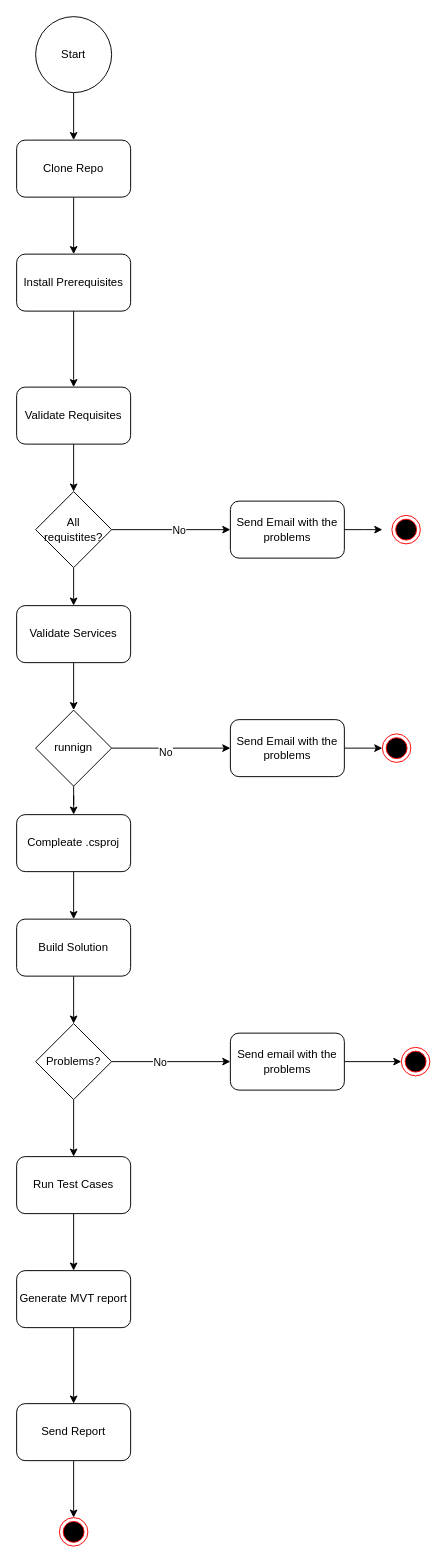
Daniel-V-aspen/ufttask keeps this draw.io diagram as page "Diagram" (2 of 2) of Plan.drawio. Above is the earlier version. Source tidied: cells renumbered, new cells numbered last; positions are measured from the earlier drawing's top-left corner, leaving out a move shared by most shapes. Both pictures are drawn from the tidied source at 95%, with x=0, y=0 at pixel (16, 16).
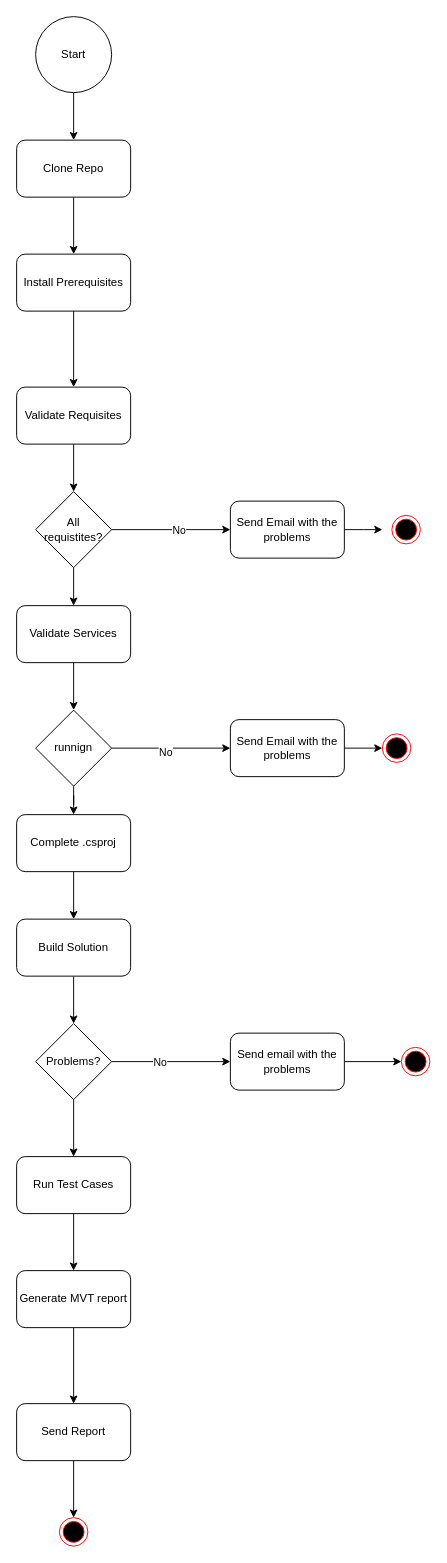
After the change.

The edit, as a diff of the source:
```diff
@@
-    <mxCell id="15" value="Compleate .csproj" style="rounded=1;whiteSpace=wrap;html=1;" parent="1" vertex="1">
+    <mxCell id="15" value="Complete .csproj" style="rounded=1;whiteSpace=wrap;html=1;" parent="1" vertex="1">
       <mxGeometry y="840" width="120" height="60" as="geometry" />
     </mxCell>
```
